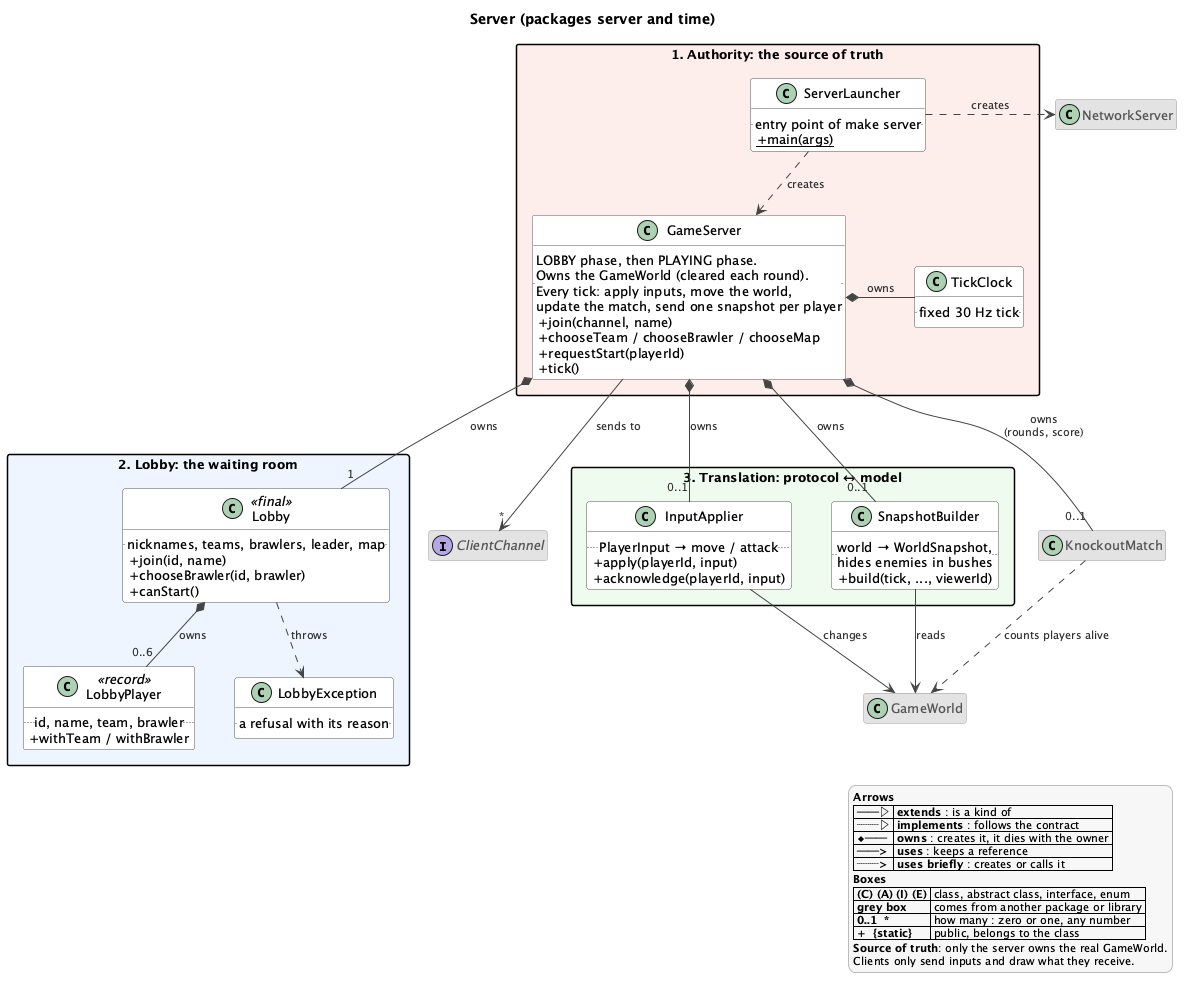
Earlier version of the PlantUML export docs/uml/server.png (louispouillet/2dgame).
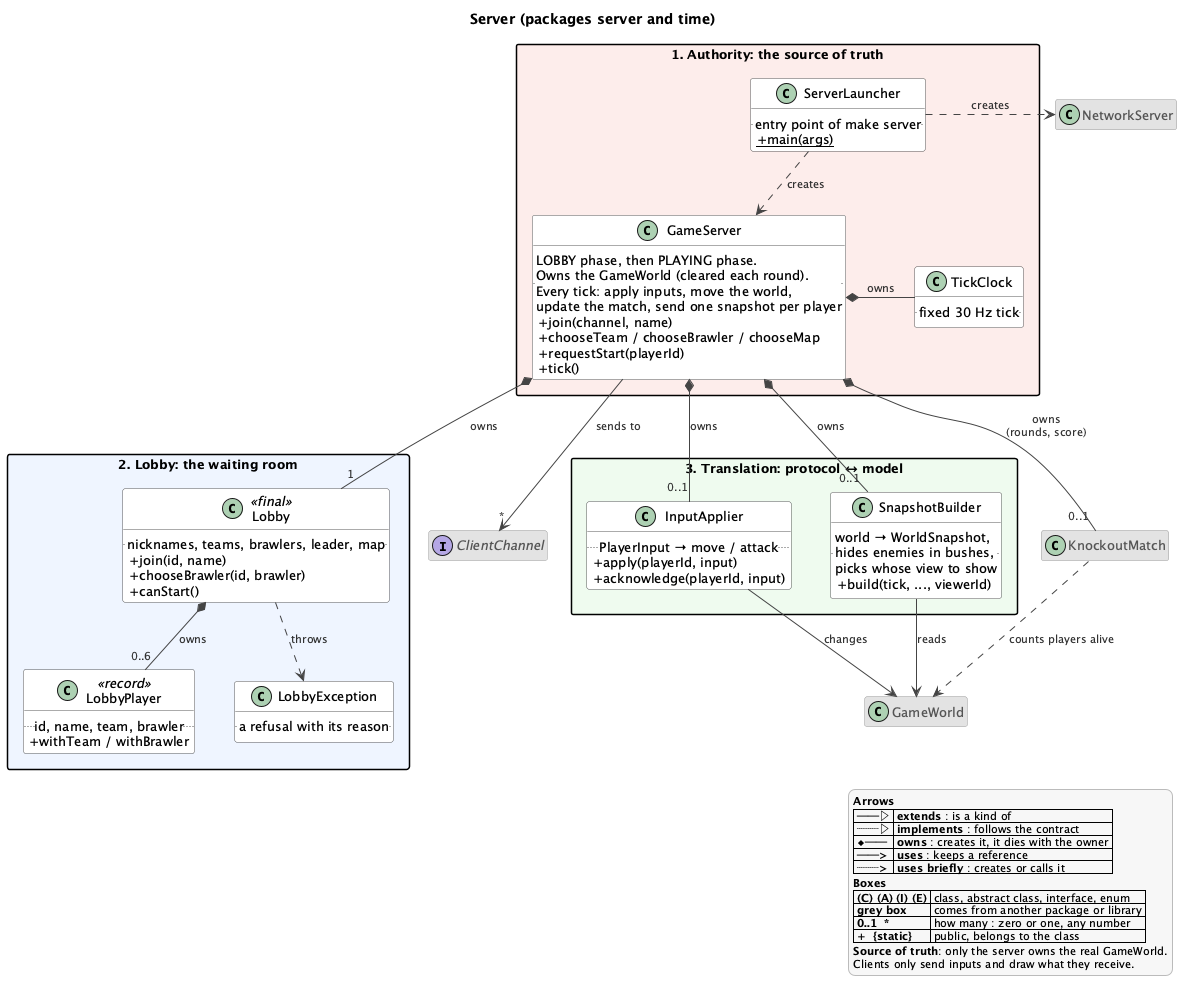
Later version of the same file.

Change to the diagram source:
```diff
@@ -44,7 +44,7 @@
         + acknowledge(playerId, input)
     }
     class SnapshotBuilder {
-        .. world → WorldSnapshot,\nhides enemies in bushes ..
+        .. world → WorldSnapshot,\nhides enemies in bushes,\npicks whose view to show ..
         + build(tick, ..., viewerId)
     }
 }
```
